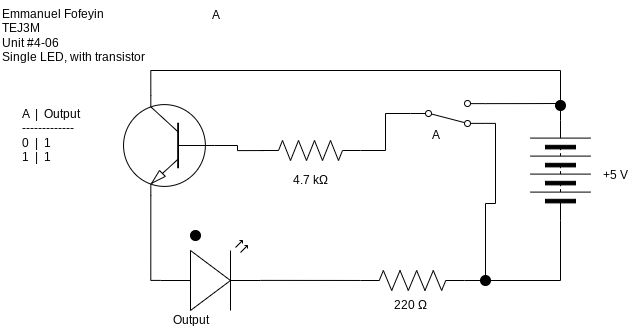
This is TEJ3M-Unit4/TEJ#M-Unit4-06.png from Emmanuel-Fofeyin/TEJ3M-Unit4, a draw.io export, as it was before one commit. Source tidied: cells renumbered, new cells last; positions are measured from the earlier drawing's top-left corner, leaving out a move shared by most shapes. Its diagram source:
```xml
<mxGraphModel>
  <root>
    <mxCell id="0" />
    <mxCell id="1" parent="0" />
    <mxCell id="2" value="Emmanuel Fofeyin&lt;br&gt;TEJ3M&lt;br&gt;Unit #4-06&lt;br&gt;Single LED, with transistor" style="text;html=1;align=left;verticalAlign=middle;strokeColor=none;fillColor=none;" parent="1" vertex="1">
      <mxGeometry width="160" height="70" as="geometry" />
    </mxCell>
    <mxCell id="3" value="+5 V" style="text;html=1;align=center;verticalAlign=middle;strokeColor=none;fillColor=none;" parent="1" vertex="1">
      <mxGeometry x="590" y="160" width="50" height="30" as="geometry" />
    </mxCell>
    <mxCell id="4" value="220 Ω" style="text;html=1;align=center;verticalAlign=middle;strokeColor=none;fillColor=none;" parent="1" vertex="1">
      <mxGeometry x="380" y="290" width="60" height="30" as="geometry" />
    </mxCell>
    <mxCell id="5" style="ellipse;whiteSpace=wrap;html=1;strokeColor=#000000;fillColor=#000000;" parent="1" vertex="1">
      <mxGeometry x="190" y="230" width="10" height="10" as="geometry" />
    </mxCell>
    <mxCell id="6" value="A&amp;nbsp; |&amp;nbsp; Output&lt;br&gt;-------------&lt;br&gt;&lt;div style=&quot;&quot;&gt;&lt;span style=&quot;background-color: initial;&quot;&gt;0&amp;nbsp; |&amp;nbsp; 1&lt;/span&gt;&lt;/div&gt;1&amp;nbsp; |&amp;nbsp; 1" style="text;html=1;align=left;verticalAlign=middle;strokeColor=none;fillColor=none;" parent="1" vertex="1">
      <mxGeometry x="20" y="100" width="80" height="70" as="geometry" />
    </mxCell>
    <mxCell id="7" value="A" style="text;html=1;align=center;verticalAlign=middle;strokeColor=none;fillColor=none;" parent="1" vertex="1">
      <mxGeometry x="200" width="30" height="30" as="geometry" />
    </mxCell>
    <mxCell id="8" style="edgeStyle=orthogonalEdgeStyle;html=1;exitX=0;exitY=0.5;exitDx=0;exitDy=0;exitPerimeter=0;entryX=0.027;entryY=0.503;entryDx=0;entryDy=0;entryPerimeter=0;rounded=0;endArrow=none;endFill=0;" parent="1" edge="1" source="9" target="15">
      <mxGeometry relative="1" as="geometry" />
    </mxCell>
    <mxCell id="9" style="verticalLabelPosition=bottom;shadow=0;dashed=0;align=center;html=1;verticalAlign=top;shape=mxgraph.electrical.transistors.npn_transistor_1;flipV=0;flipH=1;" parent="1" vertex="1">
      <mxGeometry x="121" y="95" width="95" height="100" as="geometry" />
    </mxCell>
    <mxCell id="10" style="edgeStyle=none;html=1;exitX=1;exitY=0.57;exitDx=0;exitDy=0;exitPerimeter=0;endArrow=none;endFill=0;" parent="1" edge="1" source="12" target="13">
      <mxGeometry relative="1" as="geometry" />
    </mxCell>
    <mxCell id="11" style="edgeStyle=orthogonalEdgeStyle;html=1;exitX=0;exitY=0.57;exitDx=0;exitDy=0;exitPerimeter=0;entryX=0.7;entryY=1;entryDx=0;entryDy=0;entryPerimeter=0;endArrow=none;endFill=0;rounded=0;" parent="1" edge="1" source="12" target="9">
      <mxGeometry relative="1" as="geometry">
        <Array as="points">
          <mxPoint x="150" y="280" />
          <mxPoint x="150" y="195" />
        </Array>
      </mxGeometry>
    </mxCell>
    <mxCell id="12" style="verticalLabelPosition=bottom;shadow=0;dashed=0;align=center;html=1;verticalAlign=top;shape=mxgraph.electrical.opto_electronics.led_2;" parent="1" vertex="1">
      <mxGeometry x="160" y="240" width="100" height="70" as="geometry" />
    </mxCell>
    <mxCell id="13" style="verticalLabelPosition=bottom;shadow=0;dashed=0;align=center;html=1;verticalAlign=top;shape=mxgraph.electrical.resistors.resistor_2;" parent="1" vertex="1">
      <mxGeometry x="360" y="270" width="104" height="20" as="geometry" />
    </mxCell>
    <mxCell id="14" style="edgeStyle=orthogonalEdgeStyle;html=1;exitX=1;exitY=0.5;exitDx=0;exitDy=0;exitPerimeter=0;entryX=0;entryY=0.5;entryDx=0;entryDy=0;endArrow=none;endFill=0;rounded=0;" parent="1" edge="1" source="15" target="18">
      <mxGeometry relative="1" as="geometry" />
    </mxCell>
    <mxCell id="15" style="verticalLabelPosition=bottom;shadow=0;dashed=0;align=center;html=1;verticalAlign=top;shape=mxgraph.electrical.resistors.resistor_2;" parent="1" vertex="1">
      <mxGeometry x="260" y="140" width="100" height="20" as="geometry" />
    </mxCell>
    <mxCell id="16" style="edgeStyle=orthogonalEdgeStyle;rounded=0;html=1;exitX=1;exitY=0.88;exitDx=0;exitDy=0;endArrow=none;endFill=0;" parent="1" edge="1" source="18">
      <mxGeometry relative="1" as="geometry">
        <mxPoint x="485" y="280" as="targetPoint" />
      </mxGeometry>
    </mxCell>
    <mxCell id="17" style="edgeStyle=orthogonalEdgeStyle;rounded=0;html=1;exitX=1;exitY=0.12;exitDx=0;exitDy=0;endArrow=none;endFill=0;" parent="1" edge="1" source="18">
      <mxGeometry relative="1" as="geometry">
        <mxPoint x="560" y="103" as="targetPoint" />
      </mxGeometry>
    </mxCell>
    <mxCell id="18" style="shape=mxgraph.electrical.electro-mechanical.twoWaySwitch;elSwitchState=2;flipH=0;flipV=1;" parent="1" vertex="1">
      <mxGeometry x="410" y="100" width="75" height="26" as="geometry" />
    </mxCell>
    <mxCell id="19" style="edgeStyle=orthogonalEdgeStyle;rounded=0;html=1;exitX=0;exitY=0.5;exitDx=0;exitDy=0;entryX=1;entryY=0.5;entryDx=0;entryDy=0;entryPerimeter=0;endArrow=none;endFill=0;startArrow=none;" parent="1" edge="1" source="23" target="13">
      <mxGeometry relative="1" as="geometry" />
    </mxCell>
    <mxCell id="20" style="edgeStyle=orthogonalEdgeStyle;rounded=0;html=1;exitX=1;exitY=0.5;exitDx=0;exitDy=0;entryX=0.7;entryY=0;entryDx=0;entryDy=0;entryPerimeter=0;endArrow=none;endFill=0;" parent="1" edge="1" source="21" target="9">
      <mxGeometry relative="1" as="geometry">
        <Array as="points">
          <mxPoint x="560" y="70" />
          <mxPoint x="150" y="70" />
          <mxPoint x="150" y="95" />
        </Array>
      </mxGeometry>
    </mxCell>
    <mxCell id="21" style="verticalLabelPosition=bottom;shadow=0;dashed=0;align=center;html=1;verticalAlign=top;shape=mxgraph.electrical.miscellaneous.batteryStack;direction=south;rotation=-180;" parent="1" vertex="1">
      <mxGeometry x="530" y="120" width="60" height="100" as="geometry" />
    </mxCell>
    <mxCell id="22" style="edgeStyle=orthogonalEdgeStyle;rounded=0;html=1;exitX=0;exitY=0.5;exitDx=0;exitDy=0;entryX=1;entryY=0.5;entryDx=0;entryDy=0;entryPerimeter=0;endArrow=none;endFill=0;" parent="1" edge="1" source="21" target="23">
      <mxGeometry relative="1" as="geometry" />
    </mxCell>
    <mxCell id="23" style="ellipse;whiteSpace=wrap;html=1;strokeColor=#000000;fillColor=#000000;" parent="1" vertex="1">
      <mxGeometry x="480" y="275" width="10" height="10" as="geometry" />
    </mxCell>
    <mxCell id="24" style="ellipse;whiteSpace=wrap;html=1;strokeColor=#000000;fillColor=#000000;" parent="1" vertex="1">
      <mxGeometry x="555" y="100" width="10" height="10" as="geometry" />
    </mxCell>
    <mxCell id="25" value="4.7 kΩ" style="text;html=1;align=center;verticalAlign=middle;strokeColor=none;fillColor=none;" parent="1" vertex="1">
      <mxGeometry x="280" y="165" width="60" height="30" as="geometry" />
    </mxCell>
    <mxCell id="26" value="Output" style="text;html=1;align=center;verticalAlign=middle;strokeColor=none;fillColor=none;" parent="1" vertex="1">
      <mxGeometry x="160" y="305" width="60" height="30" as="geometry" />
    </mxCell>
    <mxCell id="27" value="A" style="text;html=1;align=center;verticalAlign=middle;strokeColor=none;fillColor=none;" parent="1" vertex="1">
      <mxGeometry x="420" y="120" width="30" height="30" as="geometry" />
    </mxCell>
  </root>
</mxGraphModel>
```
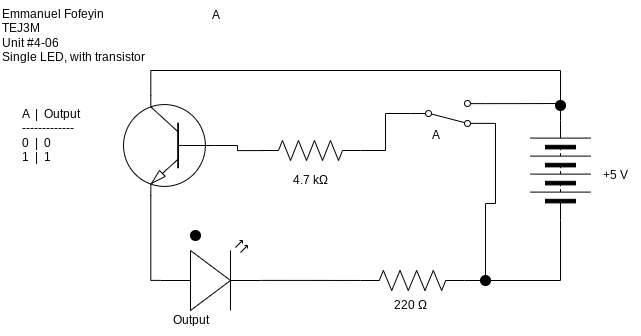
After the commit.

Change to the diagram source:
```diff
@@ -14,7 +14,7 @@
     <mxCell id="5" style="ellipse;whiteSpace=wrap;html=1;strokeColor=#000000;fillColor=#000000;" parent="1" vertex="1">
       <mxGeometry x="190" y="230" width="10" height="10" as="geometry" />
     </mxCell>
-    <mxCell id="6" value="A&amp;nbsp; |&amp;nbsp; Output&lt;br&gt;-------------&lt;br&gt;&lt;div style=&quot;&quot;&gt;&lt;span style=&quot;background-color: initial;&quot;&gt;0&amp;nbsp; |&amp;nbsp; 1&lt;/span&gt;&lt;/div&gt;1&amp;nbsp; |&amp;nbsp; 1" style="text;html=1;align=left;verticalAlign=middle;strokeColor=none;fillColor=none;" parent="1" vertex="1">
+    <mxCell id="6" value="A&amp;nbsp; |&amp;nbsp; Output&lt;br&gt;-------------&lt;br&gt;&lt;div style=&quot;&quot;&gt;&lt;span style=&quot;background-color: initial;&quot;&gt;0&amp;nbsp; |&amp;nbsp; 0&lt;/span&gt;&lt;/div&gt;1&amp;nbsp; |&amp;nbsp; 1" style="text;html=1;align=left;verticalAlign=middle;strokeColor=none;fillColor=none;" parent="1" vertex="1">
       <mxGeometry x="20" y="100" width="80" height="70" as="geometry" />
     </mxCell>
     <mxCell id="7" value="A" style="text;html=1;align=center;verticalAlign=middle;strokeColor=none;fillColor=none;" parent="1" vertex="1">
```
